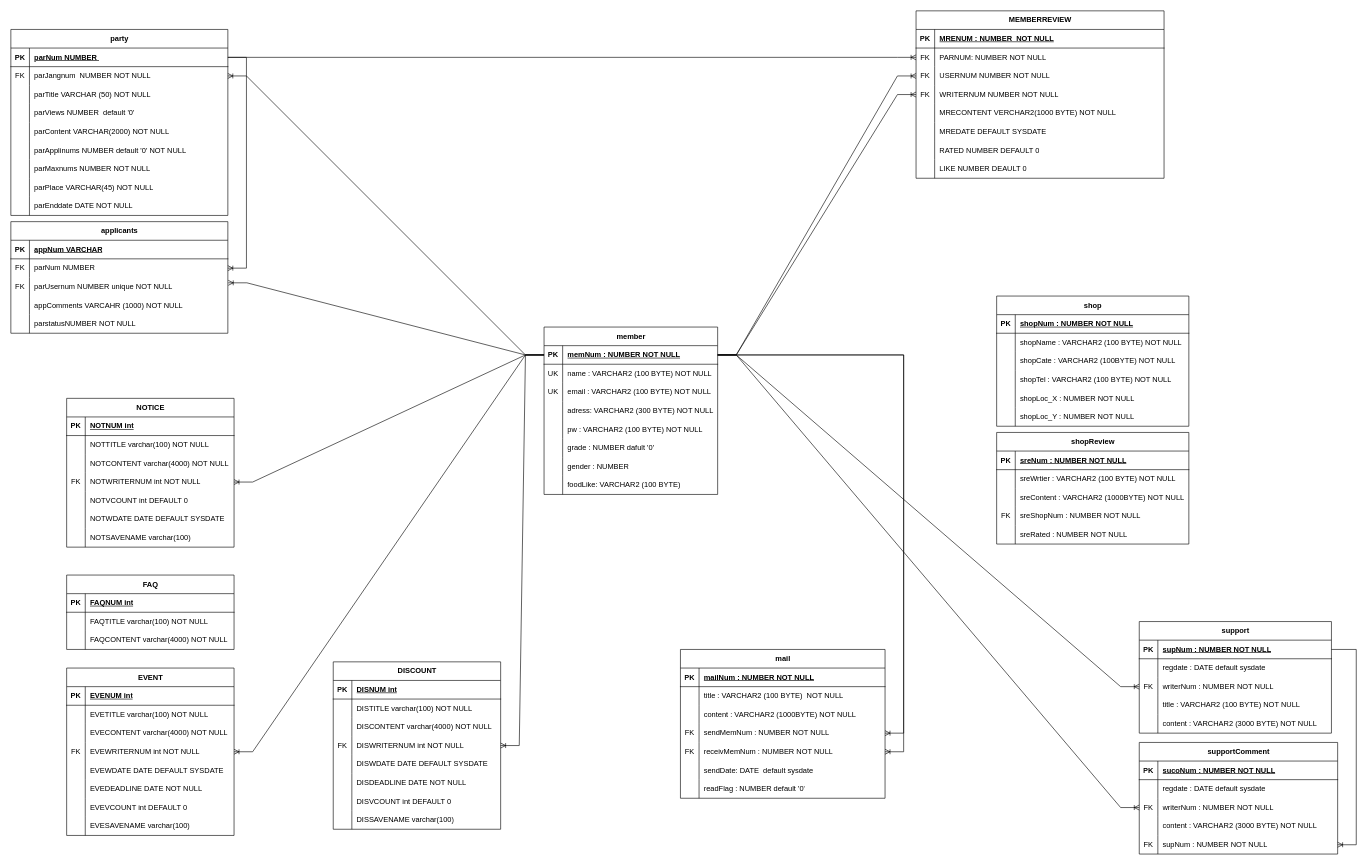
Earlier version of the draw.io diagram ERD 다이어그램.drawio (korno1/hotplace). Source tidied: cells renumbered, new cells numbered last; positions are measured from the earlier drawing's top-left corner, leaving out a move shared by most shapes. Both pictures are drawn from the tidied source at 62%, with x=0, y=0 at pixel (-70, 11).
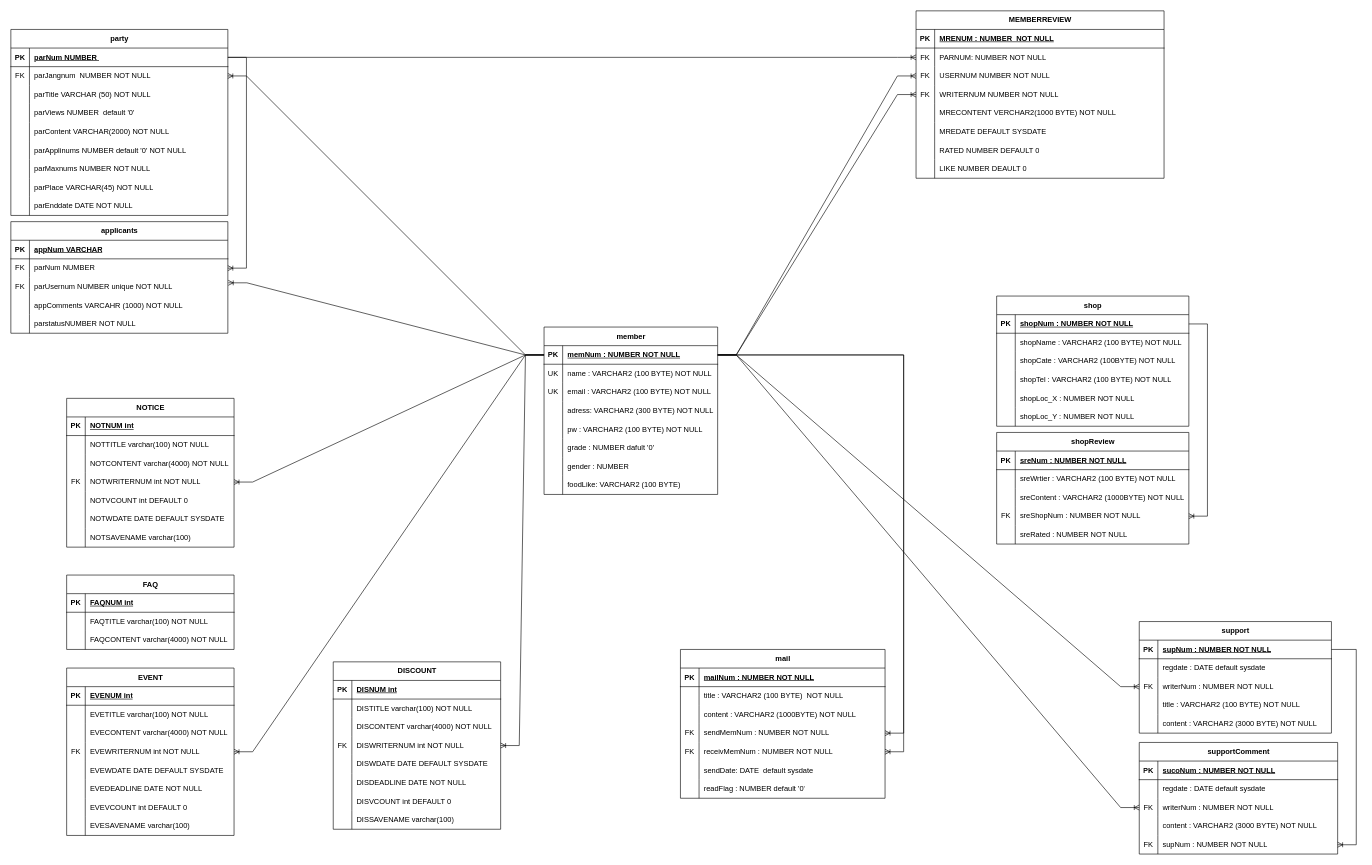
Above is the later version.

Commit message:
ERD 다이어그램.drawio 종 관업데이트

The change refers to these unchanged cells:
```xml
<mxCell id="120" style="shape=tableRow;horizontal=0;startSize=0;swimlaneHead=0;swimlaneBody=0;fillColor=none;points=[[0,0.5],[1,0.5]];portConstraint=eastwest;top=0;left=0;right=0;bottom=1;" parent="119" vertex="1">
  <mxGeometry y="30" width="310" height="30" as="geometry" />
</mxCell>
<mxCell id="149" style="shape=tableRow;horizontal=0;startSize=0;swimlaneHead=0;swimlaneBody=0;fillColor=none;points=[[0,0.5],[1,0.5]];portConstraint=eastwest;top=0;left=0;right=0;bottom=0;" parent="139" vertex="1">
  <mxGeometry y="120" width="310" height="30" as="geometry" />
</mxCell>
```

The edit, as a diff of the source:
```diff
@@
+    <mxCell id="293" style="edgeStyle=entityRelationEdgeStyle;fontSize=12;html=1;endArrow=ERoneToMany;rounded=0;exitX=1;exitY=0.5;exitDx=0;exitDy=0;entryX=1;entryY=0.5;entryDx=0;entryDy=0;" parent="1" edge="1" source="120" target="149">
+      <mxGeometry relative="1" as="geometry" />
+    </mxCell>
```
